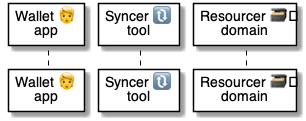
Above: 5 ⏩ Flows/77 🔃⏩ Syncer/.📎 Assets/register.png in pollyweb-org/pollyweb-docs (PlantUML), before the change. Its source is kept beside it as 5 ⏩ Flows/77 🔃⏩ Syncer/.📎 Assets/register.puml.
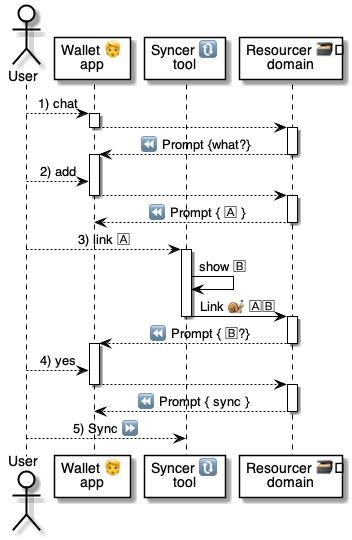
After the commit.

What changed in the source:
```diff
@@ -1,7 +1,52 @@
 @startuml Handle
 
+actor "User" as user
 participant "Wallet 🧑\napp" as wallet
 participant "Syncer 🔃\ntool" as syncer
 participant "Resourcer 🗃️\ndomain" as resourcer
 
+
+    user --> wallet: 1) chat
+    activate wallet
+        wallet --> resourcer:
+    deactivate wallet
+
+    activate resourcer
+        resourcer --> wallet: ⏪ Prompt {what?}
+    deactivate resourcer
+
+    activate wallet
+        user --> wallet: 2) add
+        wallet --> resourcer:
+    deactivate wallet
+
+    activate resourcer
+        resourcer --> wallet: ⏪ Prompt { 🄰 }
+    deactivate resourcer
+
+
+    user --> syncer: 3) link 🄰
+
+    activate syncer
+        syncer -> syncer: show 🄱
+        syncer -> resourcer: Link 🐌 🄰🄱
+    deactivate syncer
+
+    activate resourcer
+        resourcer --> wallet: ⏪ Prompt { 🄱?}
+    deactivate resourcer
+
+    activate wallet
+        user --> wallet: 4) yes
+        wallet --> resourcer:
+    deactivate wallet
+
+    activate resourcer
+        resourcer --> wallet: ⏪ Prompt { sync }
+    deactivate resourcer
+
+    user --> syncer: 5) Sync ⏩
+
+
+
 @enduml
```
